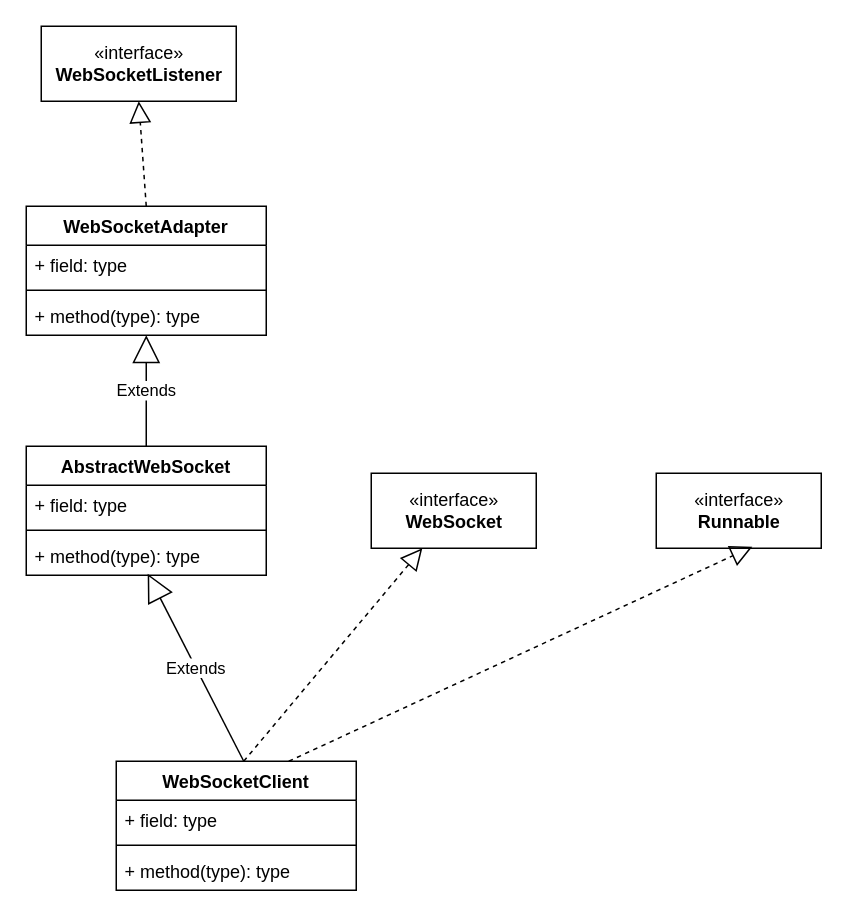
Before: java-websocket.drawio in tadsimons/draw, a draw.io diagram. Source tidied: cells renumbered, new cells numbered last; positions are measured from the earlier drawing's top-left corner, leaving out a move shared by most shapes. Both pictures are drawn from the tidied source at 150%, with x=0, y=0 at pixel (26, 26).
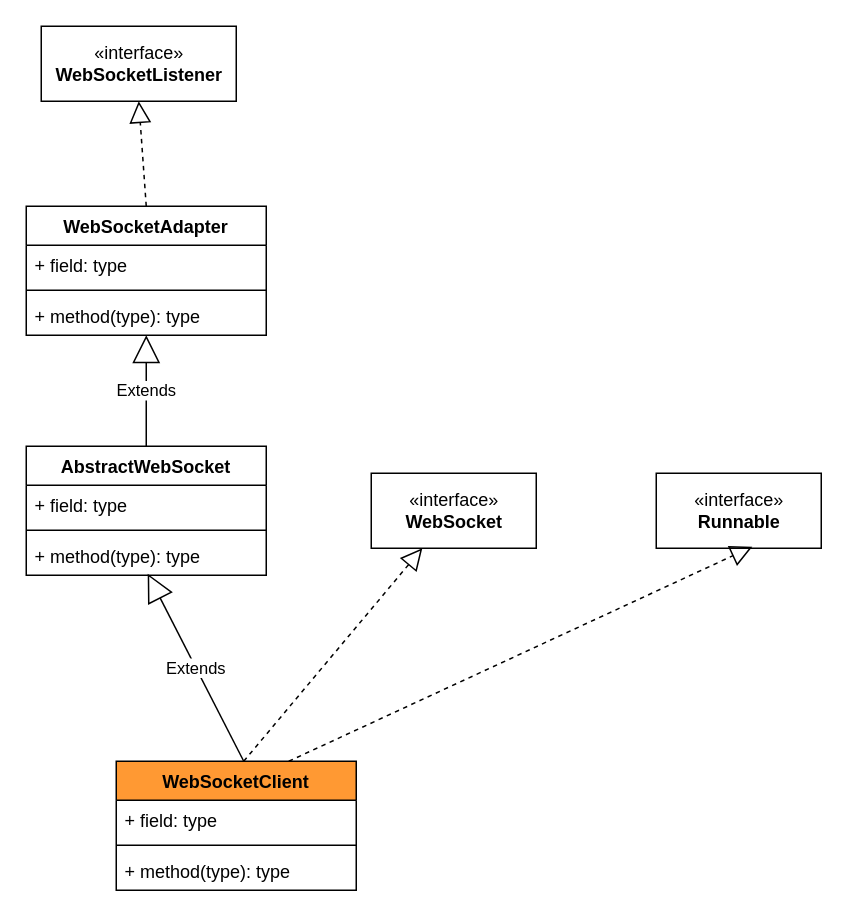
The same page after the edit.

The edit, as a diff of the source:
```diff
@@
-    <mxCell id="15" value="WebSocketClient" style="swimlane;fontStyle=1;align=center;verticalAlign=top;horizontal=1;startSize=26;" parent="1" vertex="1">
+    <mxCell id="15" value="WebSocketClient" style="swimlane;fontStyle=1;align=center;verticalAlign=top;horizontal=1;startSize=26;fillColor=#FF9933;" parent="1" vertex="1">
       <mxGeometry x="60" y="490" width="160" height="86" as="geometry" />
     </mxCell>
```
